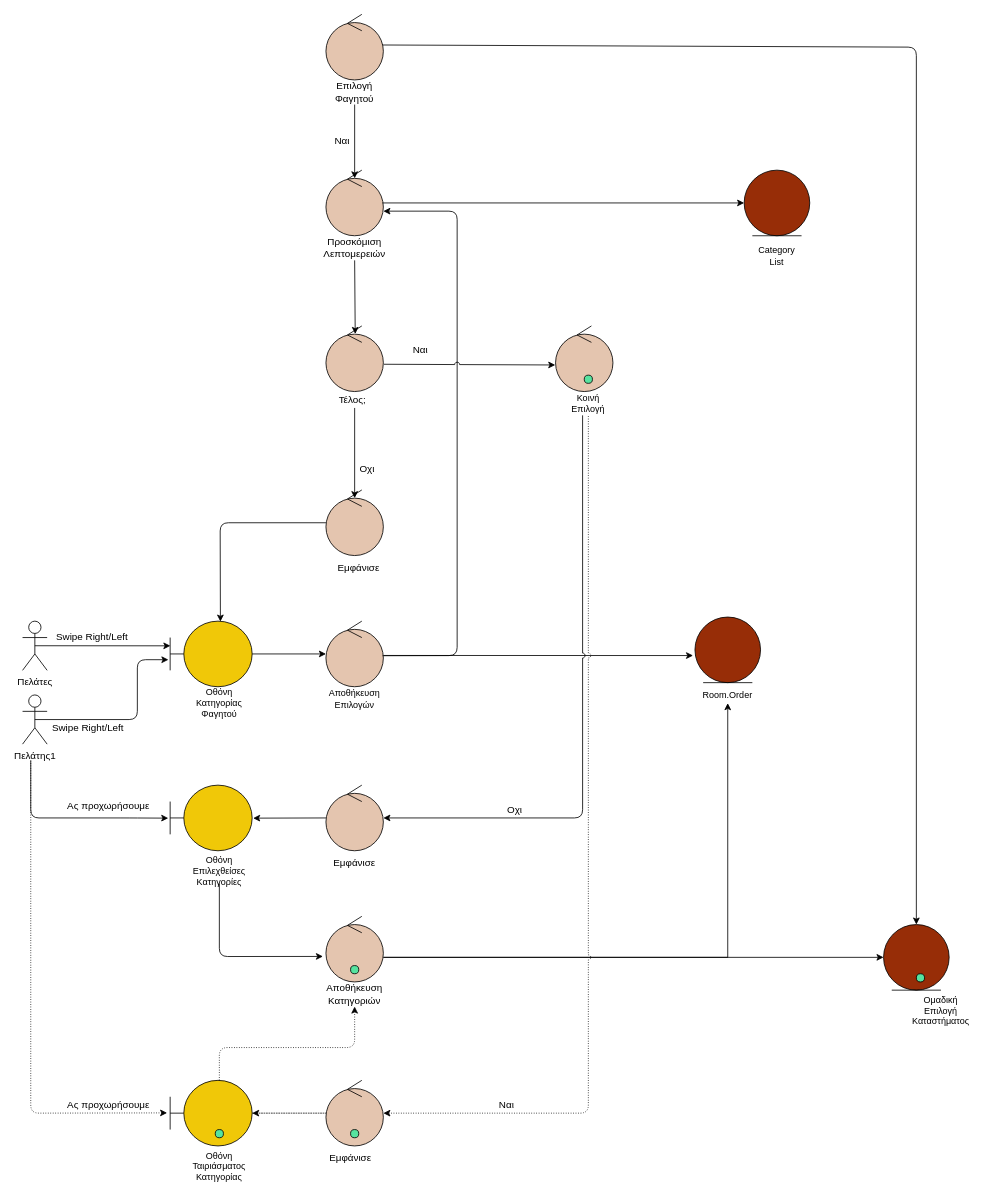
Above: docs/contributions/JoannaAgo/Phase_5/Team Choice - Category/Team_Choice_Category_Robustness.drawio in iloudaros/nomnomr (draw.io), before the change. Source tidied: cells renumbered, new cells numbered last; positions are measured from the earlier drawing's top-left corner, leaving out a move shared by most shapes. Both pictures are drawn from the tidied source at 82%, with x=0, y=0 at pixel (22, 14).
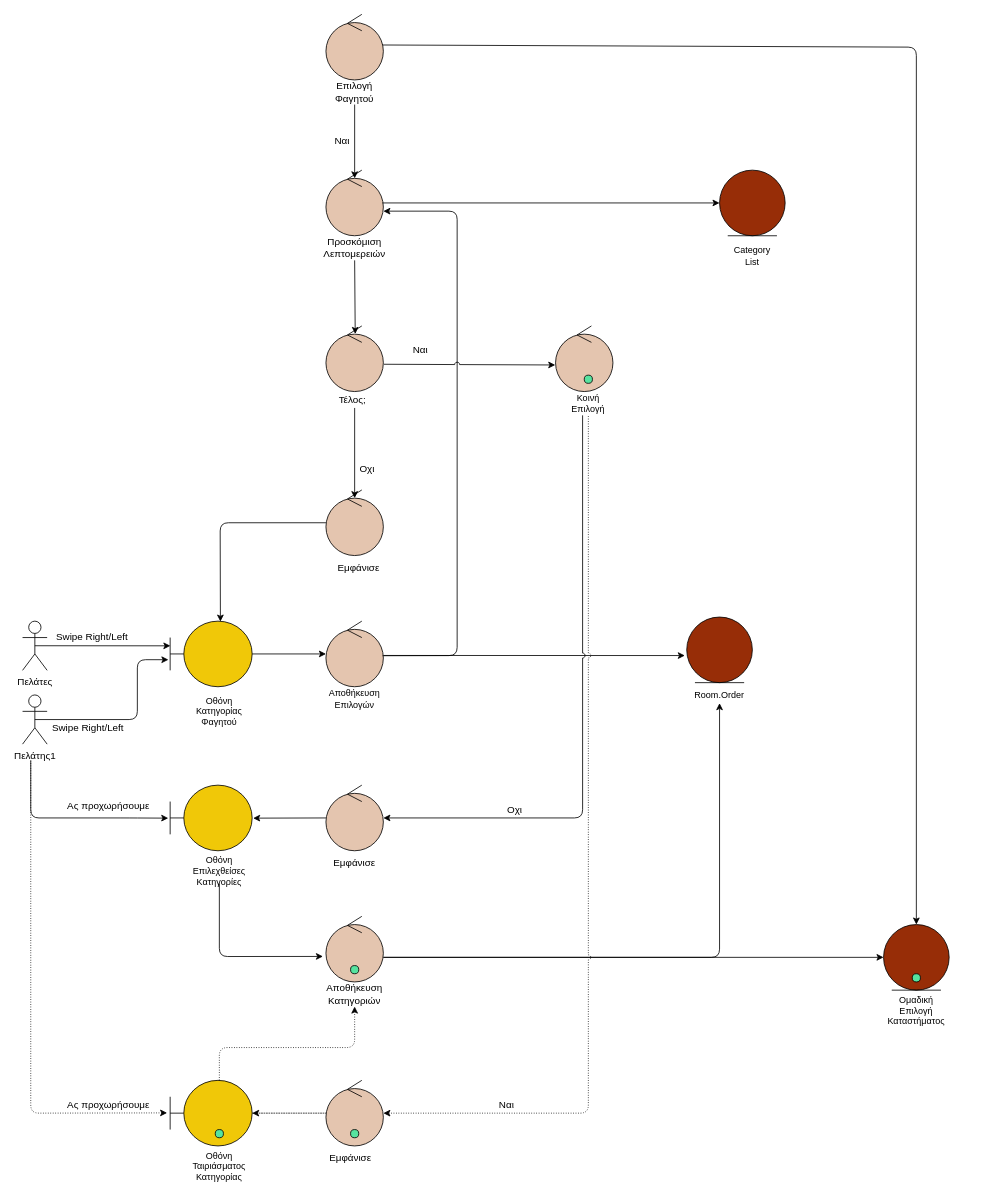
After the change.

Commit message:
small corrections team choice robustness

Diff of the diagram source:
```diff
@@
     <mxCell id="6" style="ellipse;shape=umlEntity;whiteSpace=wrap;html=1;fontSize=12;fillColor=#972D07;" parent="1" vertex="1">
-      <mxGeometry x="880" y="190" width="80" height="80" as="geometry" />
+      <mxGeometry x="850" y="190" width="80" height="80" as="geometry" />
     </mxCell>
@@
     <mxCell id="14" value="Οθόνη Κατηγορίας Φαγητού" style="text;html=1;strokeColor=none;fillColor=none;align=center;verticalAlign=middle;whiteSpace=wrap;rounded=0;fontSize=11;" parent="1" vertex="1">
-      <mxGeometry x="210" y="820" width="60" height="40" as="geometry" />
+      <mxGeometry x="205" y="830" width="70" height="40" as="geometry" />
     </mxCell>
@@
     <mxCell id="16" value="Category List" style="text;html=1;strokeColor=none;fillColor=none;align=center;verticalAlign=middle;whiteSpace=wrap;rounded=0;fontSize=11;" parent="1" vertex="1">
-      <mxGeometry x="890" y="280" width="60" height="30" as="geometry" />
+      <mxGeometry x="860" y="280" width="60" height="30" as="geometry" />
     </mxCell>
@@
     <mxCell id="18" value="Ομαδική Επιλογή Καταστήματος" style="text;html=1;strokeColor=none;fillColor=none;align=center;verticalAlign=middle;whiteSpace=wrap;rounded=0;fontSize=11;" parent="1" vertex="1">
-      <mxGeometry x="1090" y="1200" width="60" height="30" as="geometry" />
+      <mxGeometry x="1060" y="1200" width="60" height="30" as="geometry" />
     </mxCell>
@@
     <mxCell id="20" style="ellipse;shape=umlEntity;whiteSpace=wrap;html=1;fontSize=12;fillColor=#972D07;" parent="1" vertex="1">
-      <mxGeometry x="820" y="735" width="80" height="80" as="geometry" />
+      <mxGeometry x="810" y="735" width="80" height="80" as="geometry" />
     </mxCell>
     <mxCell id="21" value="Room.Order" style="text;html=1;strokeColor=none;fillColor=none;align=center;verticalAlign=middle;whiteSpace=wrap;rounded=0;fontSize=11;" parent="1" vertex="1">
-      <mxGeometry x="830" y="815" width="60" height="30" as="geometry" />
+      <mxGeometry x="820" y="815" width="60" height="30" as="geometry" />
     </mxCell>
@@
-    <mxCell id="51" style="endArrow=classic;html=1;rounded=0;fontSize=11;" parent="1" edge="1">
+    <mxCell id="51" style="endArrow=classic;html=1;rounded=1;fontSize=11;" parent="1" edge="1">
       <mxGeometry relative="1" as="geometry">
         <mxPoint x="440" y="1150" as="sourcePoint" />
-        <mxPoint x="860" y="840" as="targetPoint" />
+        <mxPoint x="850" y="840" as="targetPoint" />
         <Array as="points">
-          <mxPoint x="860" y="1150" />
+          <mxPoint x="850" y="1150" />
         </Array>
       </mxGeometry>
     </mxCell>
@@
     <mxCell id="68" style="shape=ellipse;fillColor=#56E39F;strokeColor=default;html=1;sketch=0;fontColor=#56E39F;" parent="1" vertex="1">
-      <mxGeometry x="1090" y="1170" width="10" height="10" as="geometry" />
+      <mxGeometry x="1085" y="1170" width="10" height="10" as="geometry" />
     </mxCell>
```
